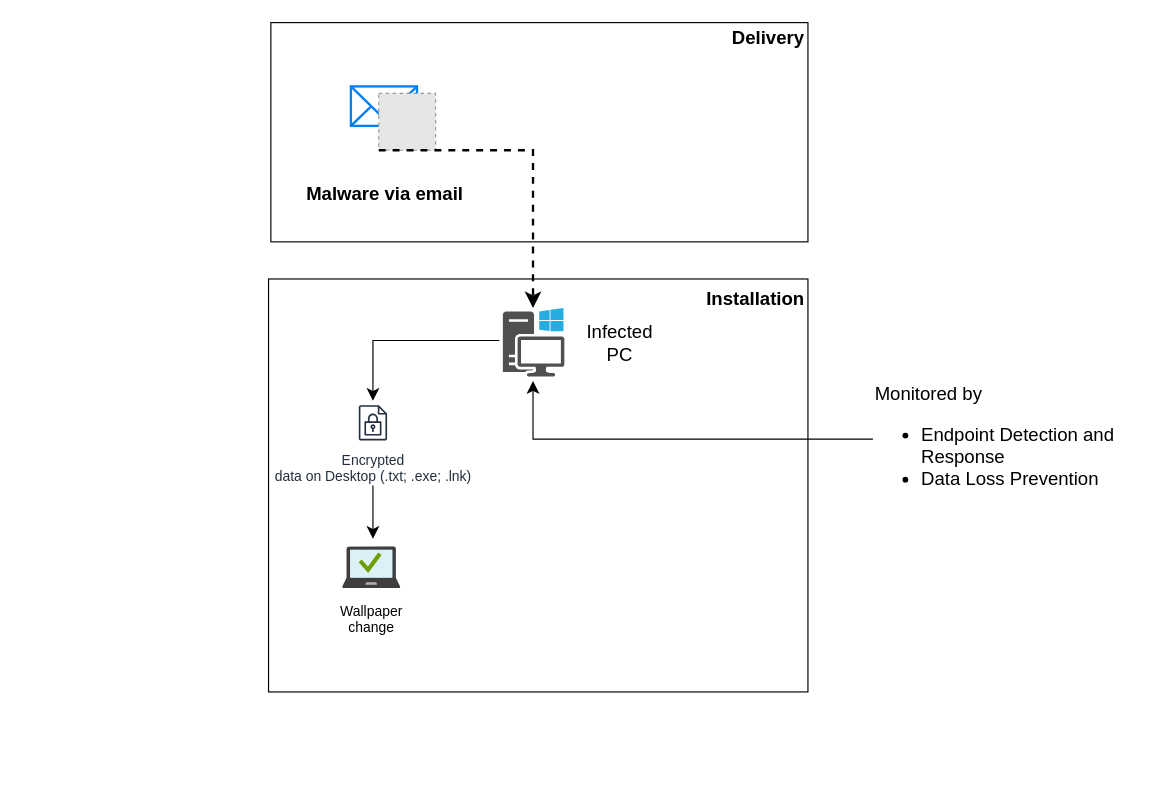
Before: Malicious Code Drill Scenario v1.drawio in tompilooo/Scenario-Drill-Test, a draw.io diagram. Source tidied: cells renumbered, new cells numbered last; positions are measured from the earlier drawing's top-left corner, leaving out a move shared by most shapes. Both pictures are drawn from the tidied source at 116%, with x=0, y=0 at pixel (268, 20). Pictures stored in the file or linked from it are replaced by grey dashed boxes.
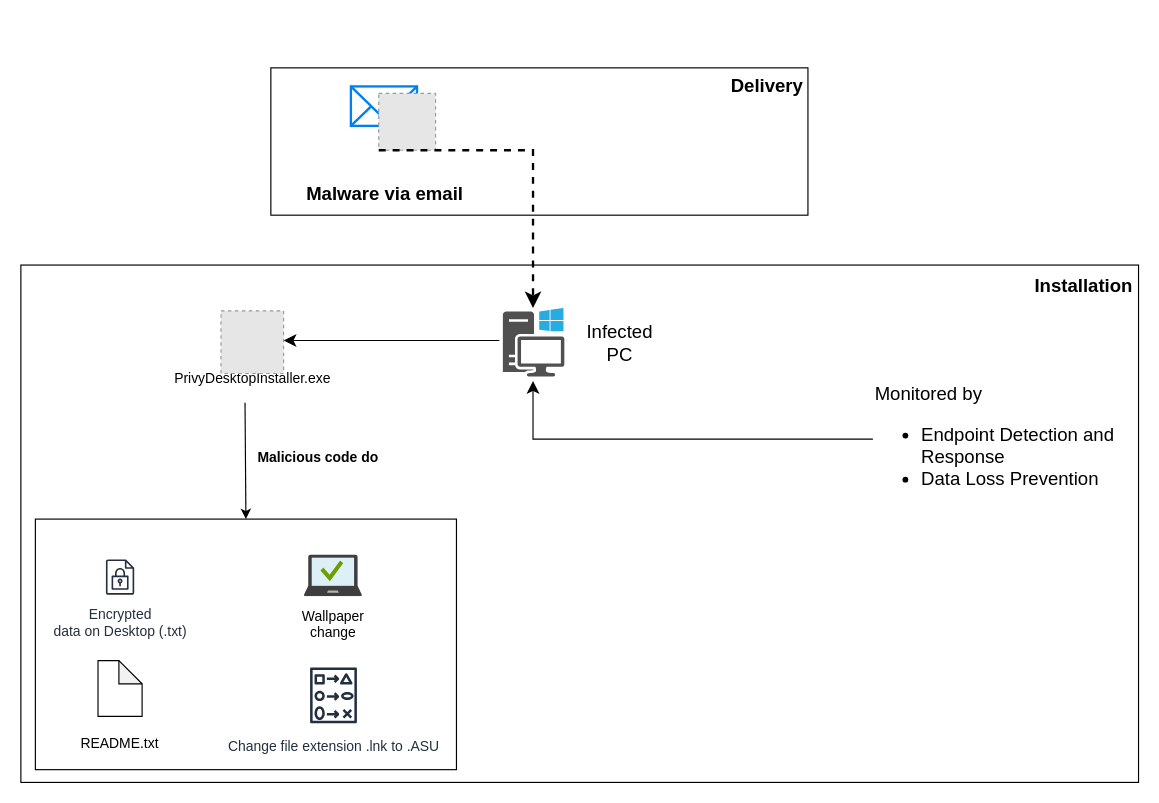
The same page after the edit.

The edit, as a diff of the source:
```diff
@@
+    <mxCell id="19" style="rounded=0;whiteSpace=wrap;html=1;fontSize=16;" parent="1" vertex="1">
+      <mxGeometry x="-213.5" y="211" width="963.5" height="446" as="geometry" />
+    </mxCell>
     <mxCell id="2" style="rounded=0;whiteSpace=wrap;html=1;fontSize=16;" parent="1" vertex="1">
-      <mxGeometry y="223" width="465" height="356" as="geometry" />
+      <mxGeometry x="-201" y="430" width="363" height="216" as="geometry" />
     </mxCell>
     <mxCell id="3" style="rounded=0;whiteSpace=wrap;html=1;fontSize=16;" parent="1" vertex="1">
-      <mxGeometry x="2" y="2" width="463" height="189" as="geometry" />
+      <mxGeometry x="2" y="41" width="463" height="127" as="geometry" />
     </mxCell>
@@
     <mxCell id="12" value="Installation" style="text;html=1;strokeColor=none;fillColor=none;align=center;verticalAlign=middle;whiteSpace=wrap;rounded=0;fontSize=16;fontStyle=1;" parent="1" vertex="1">
-      <mxGeometry x="390" y="225" width="60" height="30" as="geometry" />
+      <mxGeometry x="673" y="214" width="60" height="30" as="geometry" />
     </mxCell>
     <mxCell id="13" value="Delivery" style="text;html=1;strokeColor=none;fillColor=none;align=center;verticalAlign=middle;whiteSpace=wrap;rounded=0;fontSize=16;fontStyle=1;" parent="1" vertex="1">
-      <mxGeometry x="401" width="60" height="30" as="geometry" />
+      <mxGeometry x="400" y="41" width="60" height="30" as="geometry" />
     </mxCell>
-    <mxCell id="14" style="edgeStyle=segmentEdgeStyle;endArrow=classic;html=1;curved=0;rounded=0;endSize=8;startSize=8;fontSize=12;" parent="1" edge="1" target="15">
+    <mxCell id="14" style="edgeStyle=segmentEdgeStyle;endArrow=classic;html=1;curved=0;rounded=0;endSize=8;startSize=8;fontSize=12;" parent="1" edge="1">
       <mxGeometry relative="1" as="geometry">
         <mxPoint x="199" y="276" as="sourcePoint" />
+        <mxPoint x="13" y="276" as="targetPoint" />
       </mxGeometry>
     </mxCell>
-    <mxCell id="15" value="Encrypted&lt;br&gt;data on Desktop (.txt; .exe; .lnk)" style="sketch=0;outlineConnect=0;fontColor=#232F3E;gradientColor=none;strokeColor=#232F3E;fillColor=#ffffff;dashed=0;verticalLabelPosition=bottom;verticalAlign=top;align=center;html=1;fontSize=12;fontStyle=0;shape=mxgraph.aws4.resourceIcon;resIcon=mxgraph.aws4.encrypted_data;" parent="1" vertex="1">
-      <mxGeometry x="71" y="328" width="38" height="38" as="geometry" />
+    <mxCell id="15" value="Encrypted&lt;br&gt;data on Desktop (.txt)" style="sketch=0;outlineConnect=0;fontColor=#232F3E;gradientColor=none;strokeColor=#232F3E;fillColor=#ffffff;dashed=0;verticalLabelPosition=bottom;verticalAlign=top;align=center;html=1;fontSize=12;fontStyle=0;shape=mxgraph.aws4.resourceIcon;resIcon=mxgraph.aws4.encrypted_data;" parent="1" vertex="1">
+      <mxGeometry x="-147" y="461" width="38" height="38" as="geometry" />
     </mxCell>
     <mxCell id="16" style="image;sketch=0;html=1;align=center;fontSize=12;image=img/lib/mscae/Managed_Desktop.svg;" parent="1" vertex="1">
-      <mxGeometry x="64" y="454" width="50" height="36" as="geometry" />
+      <mxGeometry x="31" y="461" width="50" height="36" as="geometry" />
     </mxCell>
-    <mxCell id="17" style="endArrow=classic;html=1;rounded=0;fontSize=12;startSize=8;endSize=8;curved=1;" parent="1" edge="1">
-      <mxGeometry relative="1" as="geometry">
-        <mxPoint x="90" y="401" as="sourcePoint" />
-        <mxPoint x="90" y="447" as="targetPoint" />
-      </mxGeometry>
-    </mxCell>
     <mxCell id="18" value="Wallpaper change" style="text;strokeColor=none;fillColor=none;align=center;verticalAlign=middle;spacingLeft=4;spacingRight=4;overflow=hidden;whiteSpace=wrap;html=1;" parent="1" vertex="1">
-      <mxGeometry x="49" y="500" width="80" height="32" as="geometry" />
+      <mxGeometry x="16" y="504" width="80" height="32" as="geometry" />
     </mxCell>
+    <mxCell id="20" value="PrivyDesktopInstaller.exe" style="text;strokeColor=none;fillColor=none;align=center;verticalAlign=middle;spacingLeft=4;spacingRight=4;overflow=hidden;points=[[0,0.5],[1,0.5]];portConstraint=eastwest;whiteSpace=wrap;html=1;" parent="1" vertex="1">
+      <mxGeometry x="-92.5" y="292.5" width="157" height="32" as="geometry" />
+    </mxCell>
+    <mxCell id="21" style="fillColor=#E6E6E6;strokeColor=#999999;dashed=1;verticalLabelPosition=bottom;labelBackgroundColor=default;verticalAlign=top;" parent="1" vertex="1">
+      <mxGeometry x="-41" y="250.5" width="54" height="54" as="geometry" />
+    </mxCell>
+    <mxCell id="22" style="shape=note;whiteSpace=wrap;html=1;backgroundOutline=1;darkOpacity=0.05;size=20;" parent="1" vertex="1">
+      <mxGeometry x="-147" y="552" width="38" height="48" as="geometry" />
+    </mxCell>
+    <mxCell id="23" value="README.txt" style="text;strokeColor=none;fillColor=none;align=center;verticalAlign=middle;spacingLeft=4;spacingRight=4;overflow=hidden;whiteSpace=wrap;html=1;" parent="1" vertex="1">
+      <mxGeometry x="-168" y="608" width="80" height="32" as="geometry" />
+    </mxCell>
+    <mxCell id="24" value="Change file extension .lnk to .ASU" style="sketch=0;fontColor=#232F3E;gradientColor=none;strokeColor=#232F3E;fillColor=#ffffff;dashed=0;verticalLabelPosition=bottom;verticalAlign=top;align=center;html=1;fontSize=12;fontStyle=0;shape=mxgraph.aws4.resourceIcon;resIcon=mxgraph.aws4.change_set;" parent="1" vertex="1">
+      <mxGeometry x="26" y="552" width="60" height="60" as="geometry" />
+    </mxCell>
+    <mxCell id="25" value="Malicious code do" style="text;html=1;strokeColor=none;fillColor=none;align=center;verticalAlign=middle;whiteSpace=wrap;overflow=hidden;fontStyle=1;" parent="1" vertex="1">
+      <mxGeometry x="-15" y="361" width="116" height="32" as="geometry" />
+    </mxCell>
+    <mxCell id="26" style="endArrow=classic;html=1;rounded=0;exitX=0.46;exitY=1.161;exitDx=0;exitDy=0;exitPerimeter=0;entryX=0.5;entryY=0;entryDx=0;entryDy=0;" parent="1" edge="1" source="20" target="2">
+      <mxGeometry relative="1" as="geometry" />
+    </mxCell>
```
